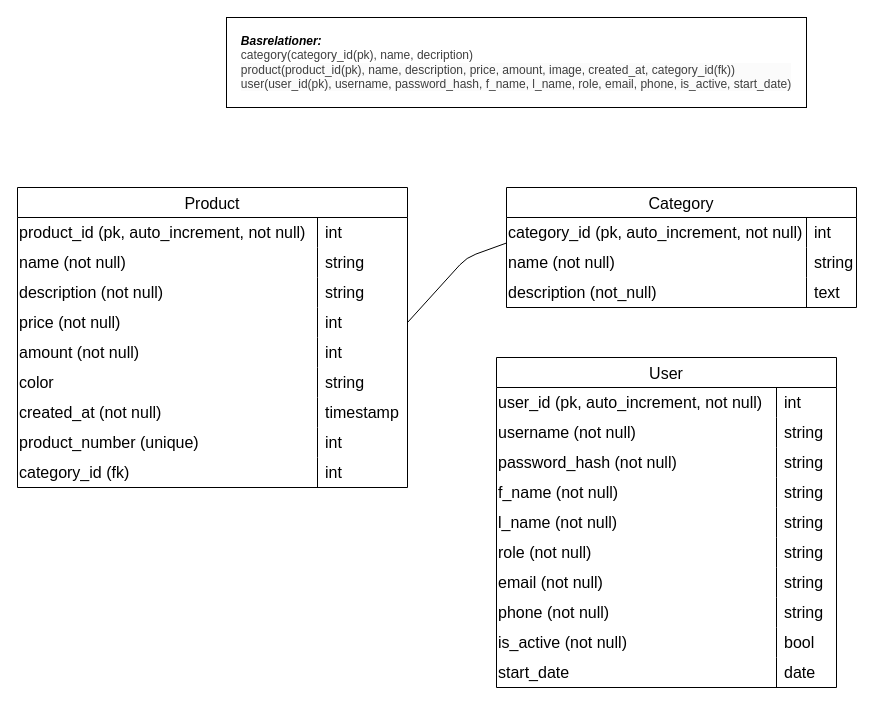
The draw.io diagram er-diagram.drawio in gustafsson96/project-dt193g-backend, before the edit. Source tidied: cells renumbered, new cells numbered last; positions are measured from the earlier drawing's top-left corner, leaving out a move shared by most shapes. Both pictures are drawn from the tidied source at 100%, with x=0, y=0 at pixel (17, 17).
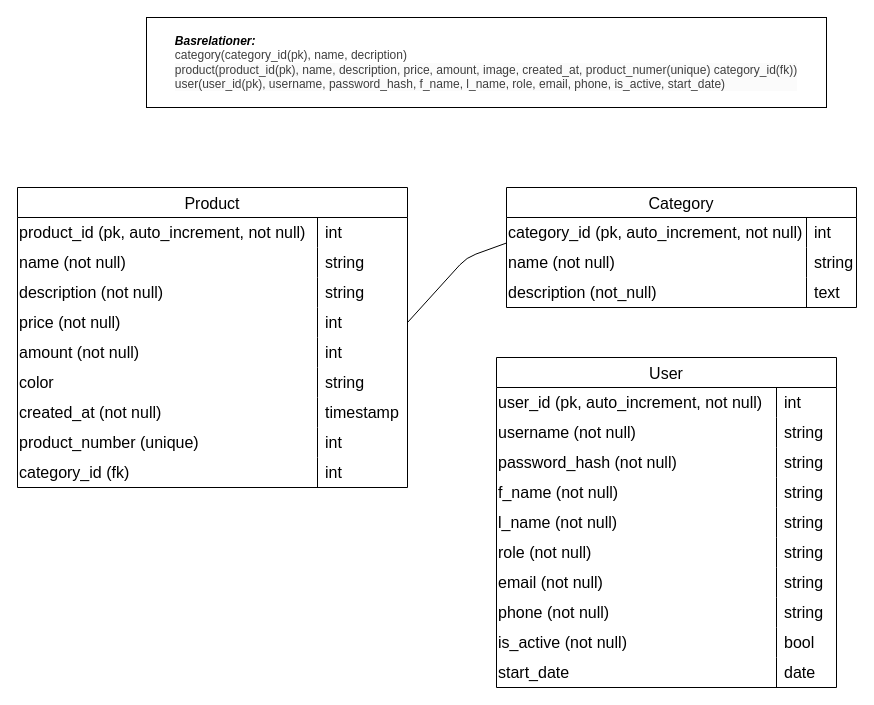
Above is the later version.

Commit message:
Update ER diagram to include product_number

Diff of the diagram source:
```diff
@@
-    <mxCell id="72" value="&lt;div style=&quot;text-align: left;&quot;&gt;&lt;span&gt;&lt;b&gt;&lt;i&gt;Basrelationer:&lt;/i&gt;&lt;/b&gt;&lt;/span&gt;&lt;/div&gt;&lt;div style=&quot;text-align: left;&quot;&gt;&lt;span style=&quot;color: rgb(63, 63, 63); background-color: transparent;&quot;&gt;c&lt;/span&gt;&lt;span style=&quot;background-color: transparent; color: rgb(63, 63, 63);&quot;&gt;ategory&lt;/span&gt;&lt;span style=&quot;background-color: transparent; color: rgb(63, 63, 63);&quot;&gt;(category_id(pk), name, decription)&lt;/span&gt;&lt;/div&gt;&lt;div style=&quot;forced-color-adjust: none; color: rgb(63, 63, 63); scrollbar-color: rgb(226, 226, 226) rgb(251, 251, 251); font-family: Helvetica; font-size: 12px; font-style: normal; font-variant-ligatures: normal; font-variant-caps: normal; letter-spacing: normal; orphans: 2; text-align: left; text-indent: 0px; text-transform: none; widows: 2; word-spacing: 0px; -webkit-text-stroke-width: 0px; white-space: normal; background-color: rgb(251, 251, 251); text-decoration-thickness: initial; text-decoration-style: initial; text-decoration-color: initial;&quot;&gt;product&lt;span style=&quot;font-weight: 400;&quot;&gt;(product_id(pk), name, description, price, amount, image, created_at, category_id(fk))&lt;/span&gt;&lt;/div&gt;&lt;div style=&quot;forced-color-adjust: none; color: rgb(63, 63, 63); scrollbar-color: rgb(226, 226, 226) rgb(251, 251, 251); font-family: Helvetica; font-size: 12px; font-style: normal; font-variant-ligatures: normal; font-variant-caps: normal; letter-spacing: normal; orphans: 2; text-align: left; text-indent: 0px; text-transform: none; widows: 2; word-spacing: 0px; -webkit-text-stroke-width: 0px; white-space: normal; background-color: rgb(251, 251, 251); text-decoration-thickness: initial; text-decoration-style: initial; text-decoration-color: initial;&quot;&gt;&lt;span style=&quot;background-color: light-dark(rgb(251, 251, 251), rgb(21, 21, 21));&quot;&gt;user&lt;/span&gt;(user_id(pk), username, password_hash, f_name, l_name, role, email, phone, is_active, start_date)&lt;/div&gt;" style="rounded=0;whiteSpace=wrap;html=1;" parent="1" vertex="1">
-      <mxGeometry x="209" width="580" height="90" as="geometry" />
+    <mxCell id="72" value="&lt;div style=&quot;text-align: left;&quot;&gt;&lt;span&gt;&lt;b&gt;&lt;i&gt;Basrelationer:&lt;/i&gt;&lt;/b&gt;&lt;/span&gt;&lt;/div&gt;&lt;div style=&quot;text-align: left;&quot;&gt;&lt;span style=&quot;color: rgb(63, 63, 63); background-color: transparent;&quot;&gt;c&lt;/span&gt;&lt;span style=&quot;background-color: transparent; color: rgb(63, 63, 63);&quot;&gt;ategory&lt;/span&gt;&lt;span style=&quot;background-color: transparent; color: rgb(63, 63, 63);&quot;&gt;(category_id(pk), name, decription)&lt;/span&gt;&lt;/div&gt;&lt;div style=&quot;forced-color-adjust: none; color: rgb(63, 63, 63); scrollbar-color: rgb(226, 226, 226) rgb(251, 251, 251); font-family: Helvetica; font-size: 12px; font-style: normal; font-variant-ligatures: normal; font-variant-caps: normal; letter-spacing: normal; orphans: 2; text-align: left; text-indent: 0px; text-transform: none; widows: 2; word-spacing: 0px; -webkit-text-stroke-width: 0px; white-space: normal; background-color: rgb(251, 251, 251); text-decoration-thickness: initial; text-decoration-style: initial; text-decoration-color: initial;&quot;&gt;product&lt;span style=&quot;font-weight: 400;&quot;&gt;(product_id(pk), name, description, price, amount, image, created_at, product_numer(unique) category_id(fk))&lt;/span&gt;&lt;/div&gt;&lt;div style=&quot;forced-color-adjust: none; color: rgb(63, 63, 63); scrollbar-color: rgb(226, 226, 226) rgb(251, 251, 251); font-family: Helvetica; font-size: 12px; font-style: normal; font-variant-ligatures: normal; font-variant-caps: normal; letter-spacing: normal; orphans: 2; text-align: left; text-indent: 0px; text-transform: none; widows: 2; word-spacing: 0px; -webkit-text-stroke-width: 0px; white-space: normal; background-color: rgb(251, 251, 251); text-decoration-thickness: initial; text-decoration-style: initial; text-decoration-color: initial;&quot;&gt;&lt;span style=&quot;background-color: light-dark(rgb(251, 251, 251), rgb(21, 21, 21));&quot;&gt;user&lt;/span&gt;(user_id(pk), username, password_hash, f_name, l_name, role, email, phone, is_active, start_date)&lt;/div&gt;" style="rounded=0;whiteSpace=wrap;html=1;" parent="1" vertex="1">
+      <mxGeometry x="129" width="680" height="90" as="geometry" />
     </mxCell>
```
